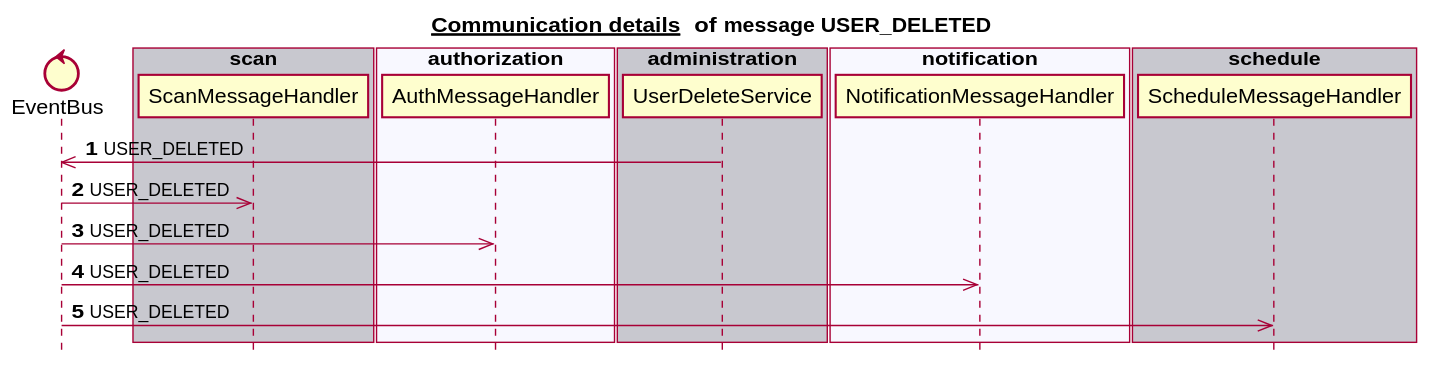
Above: docs/latest/images/gen_domain_messaging_user_deleted.svg in mercedes-benz/sechub (PlantUML), before the change.
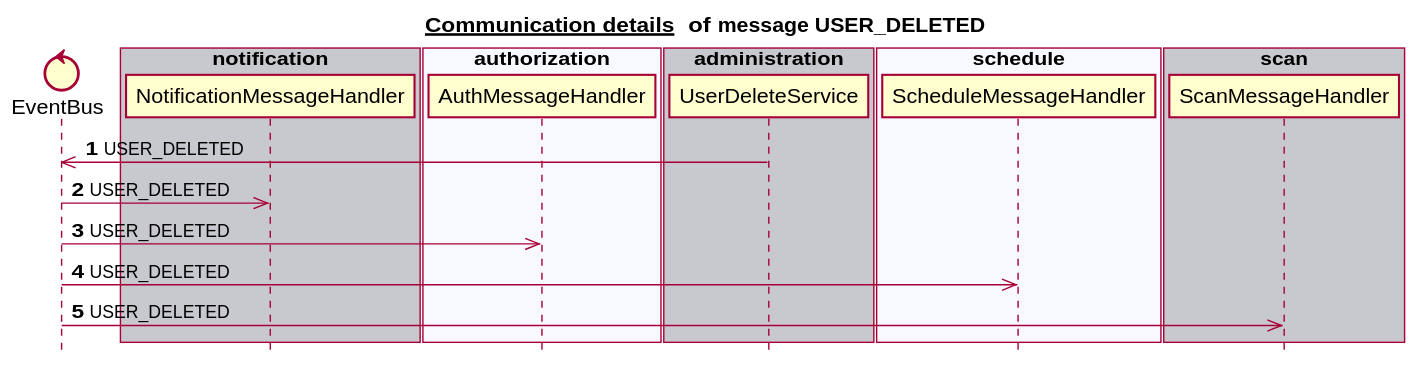
After the change.

Diff of the diagram source:
```diff
@@ -6,8 +6,8 @@
 
 
 control EventBus
-box "scan" #C8C8CF
-   participant ScanMessageHandler
+box "notification" #C8C8CF
+   participant NotificationMessageHandler
 end box
 box "authorization" #F8F8FF
    participant AuthMessageHandler
@@ -15,18 +15,18 @@
 box "administration" #C8C8CF
    participant UserDeleteService
 end box
-box "notification" #F8F8FF
-   participant NotificationMessageHandler
+box "schedule" #F8F8FF
+   participant ScheduleMessageHandler
 end box
-box "schedule" #C8C8CF
-   participant ScheduleMessageHandler
+box "scan" #C8C8CF
+   participant ScanMessageHandler
 end box
 autonumber 1
 UserDeleteService ->> EventBus:USER_DELETED
+EventBus ->> NotificationMessageHandler:USER_DELETED
+EventBus ->> AuthMessageHandler:USER_DELETED
+EventBus ->> ScheduleMessageHandler:USER_DELETED
 EventBus ->> ScanMessageHandler:USER_DELETED
-EventBus ->> AuthMessageHandler:USER_DELETED
-EventBus ->> NotificationMessageHandler:USER_DELETED
-EventBus ->> ScheduleMessageHandler:USER_DELETED
 autonumber stop
 
 
```
